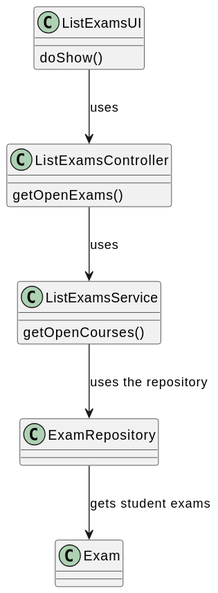
Above: docs/SPRINT B/US2002 - List My Exams/US2002-CD.svg in mascenso/isep-sem4-lapr4 (PlantUML), before the change. Source of this version:
```plantuml
@startuml
class ListExamsUI {
    doShow()
}

class ListExamsController {
    getOpenExams()
}

class ListExamsService {
    getOpenCourses()
}

class ExamRepository {
}

class Exam {
}

ListExamsUI --> ListExamsController: uses
ListExamsController --> ListExamsService: uses
ListExamsService --> ExamRepository: uses the repository
ExamRepository --> Exam: gets student exams
@enduml
```
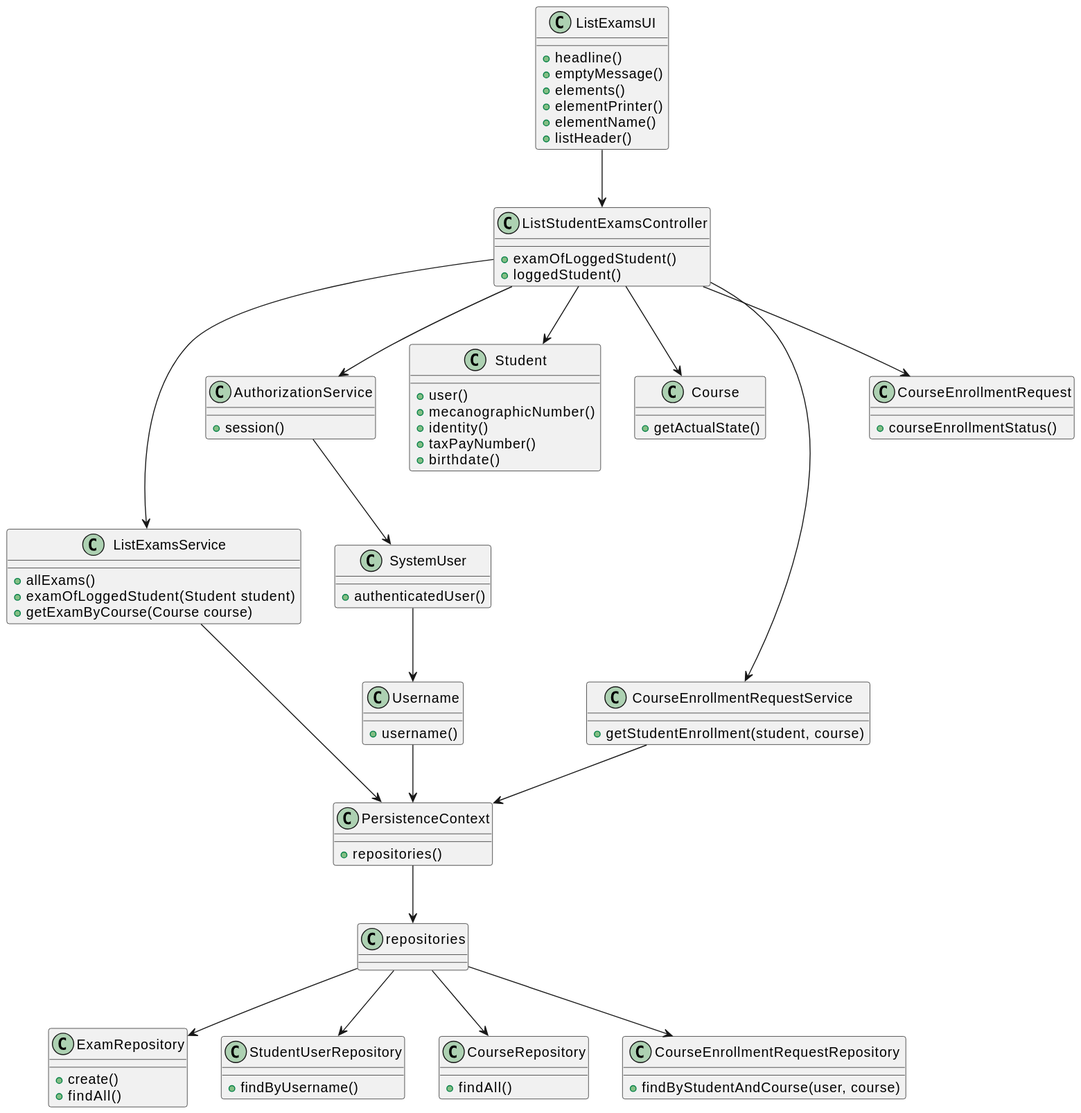
After the change.

What changed in the source:
```diff
@@ -1,24 +1,96 @@
 @startuml
 class ListExamsUI {
-    doShow()
+    +headline()
+    +emptyMessage()
+    +elements()
+    +elementPrinter()
+    +elementName()
+    +listHeader()
 }
 
-class ListExamsController {
-    getOpenExams()
+class ListStudentExamsController {
+    +examOfLoggedStudent()
+    +loggedStudent()
 }
 
 class ListExamsService {
-    getOpenCourses()
+    +allExams()
+    +examOfLoggedStudent(Student student)
+    +getExamByCourse(Course course)
+}
+
+class AuthorizationService {
+    +session()
 }
 
 class ExamRepository {
 }
 
-class Exam {
+class StudentUserRepository {
+    +findByUsername()
 }
 
-ListExamsUI --> ListExamsController: uses
-ListExamsController --> ListExamsService: uses
-ListExamsService --> ExamRepository: uses the repository
-ExamRepository --> Exam: gets student exams
+class SystemUser {
+    +authenticatedUser()
+}
+
+class Username {
+    +username()
+}
+
+class PersistenceContext {
+    +repositories()
+}
+
+class ExamRepository {
+    +create()
+    +findAll()
+}
+
+class CourseRepository {
+    +findAll()
+}
+
+class Student {
+    +user()
+    +mecanographicNumber()
+    +identity()
+    +taxPayNumber()
+    +birthdate()
+}
+
+class Course {
+    +getActualState()
+}
+
+class CourseEnrollmentRequestService {
+    +getStudentEnrollment(student, course)
+}
+
+class CourseEnrollmentRequestRepository {
+    +findByStudentAndCourse(user, course)
+}
+
+class CourseEnrollmentRequest {
+    +courseEnrollmentStatus()
+}
+
+
+ListExamsUI --> ListStudentExamsController
+ListStudentExamsController --> ListExamsService
+ListStudentExamsController --> AuthorizationService
+AuthorizationService --> SystemUser
+SystemUser --> Username
+Username --> PersistenceContext
+PersistenceContext --> repositories
+repositories --> ExamRepository
+repositories --> StudentUserRepository
+ListStudentExamsController --> Student
+ListExamsService --> PersistenceContext
+repositories --> CourseRepository
+ListStudentExamsController --> Course
+ListStudentExamsController --> CourseEnrollmentRequestService
+CourseEnrollmentRequestService --> PersistenceContext
+repositories --> CourseEnrollmentRequestRepository
+ListStudentExamsController --> CourseEnrollmentRequest
 @enduml
```
